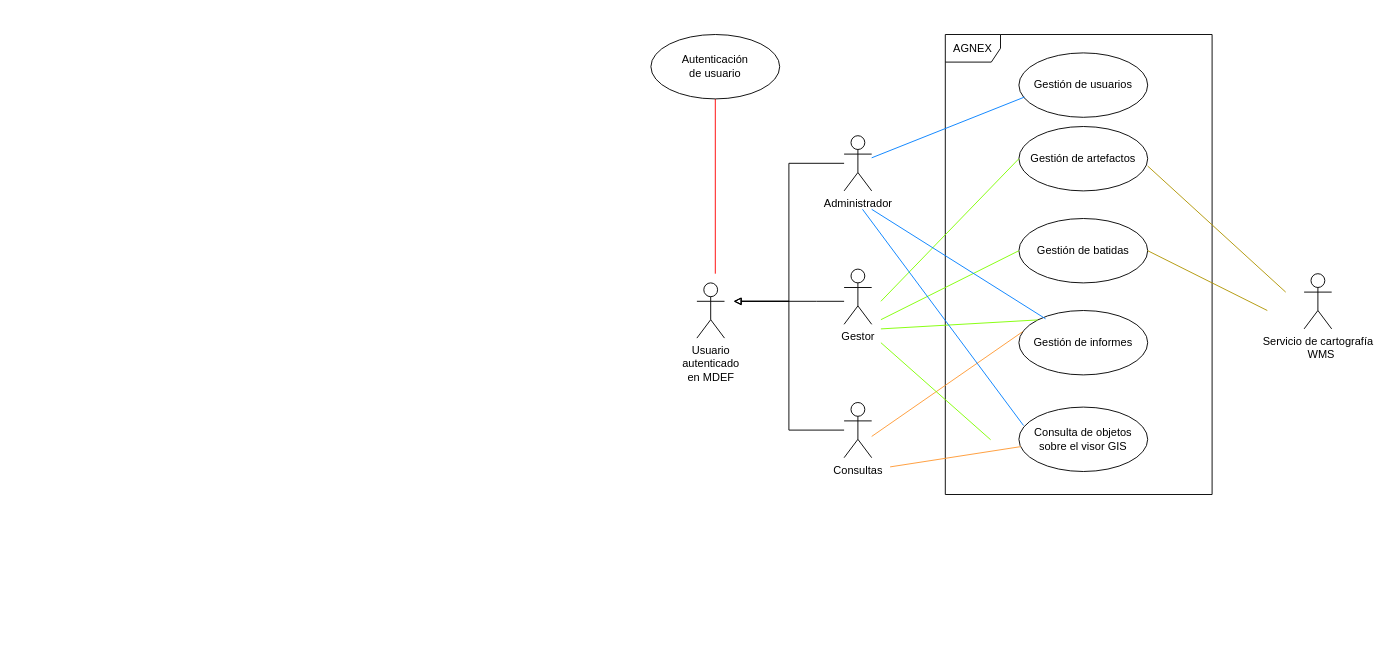
Earlier version of the draw.io diagram ERS/ModeloDeNegocio.drawio (pquella/buscaminas). Source tidied: cells renumbered, new cells numbered last; positions are measured from the earlier drawing's top-left corner, leaving out a move shared by most shapes. Both pictures are drawn from the tidied source at 92%, with x=0, y=0 at pixel (650, 34).
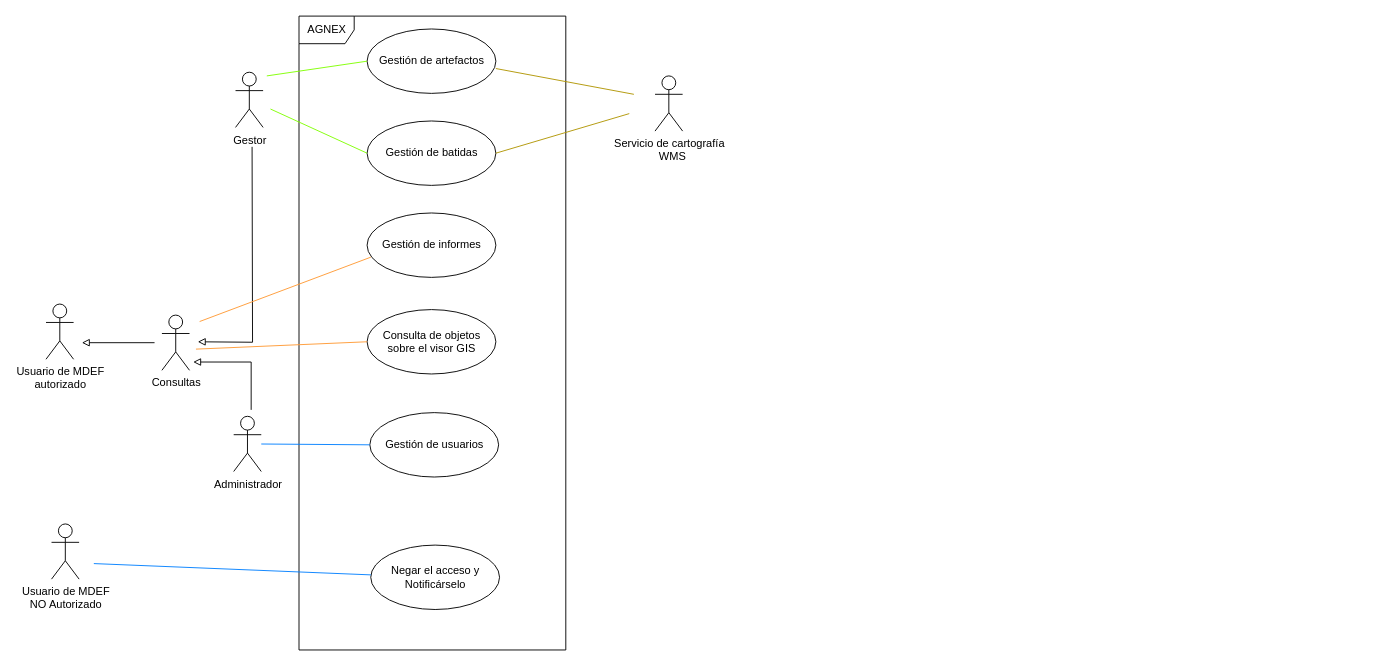
After the change.

Change to the diagram source:
```diff
@@
+    <mxCell id="29" style="group;" parent="1" vertex="1">
+      <mxGeometry x="-657.5" y="-20" width="692" height="689" as="geometry" />
+    </mxCell>
-    <mxCell id="2" style="edgeStyle=orthogonalEdgeStyle;rounded=0;orthogonalLoop=1;jettySize=auto;html=1;startArrow=block;startFill=0;endArrow=none;endFill=0;" parent="1" edge="1">
+    <mxCell id="2" style="edgeStyle=orthogonalEdgeStyle;rounded=0;orthogonalLoop=1;jettySize=auto;html=1;startArrow=block;startFill=0;endArrow=none;endFill=0;" parent="29" edge="1">
       <mxGeometry relative="1" as="geometry">
-        <mxPoint x="90" y="290" as="sourcePoint" />
-        <mxPoint x="210" y="430" as="targetPoint" />
+        <mxPoint x="160" y="376" as="sourcePoint" />
+        <mxPoint x="223" y="428" as="targetPoint" />
         <Array as="points">
-          <mxPoint x="150" y="290" />
-          <mxPoint x="150" y="430" />
+          <mxPoint x="223" y="376" />
+          <mxPoint x="223" y="428" />
         </Array>
       </mxGeometry>
     </mxCell>
-    <mxCell id="3" value="&lt;div&gt;Usuario&lt;/div&gt;&lt;div&gt;autenticado&lt;/div&gt;&lt;div&gt; en MDEF&lt;br&gt;&lt;/div&gt;" style="shape=umlActor;verticalLabelPosition=bottom;labelBackgroundColor=#ffffff;verticalAlign=top;html=1;shadow=0;" parent="1" vertex="1">
-      <mxGeometry x="50" y="270" width="30" height="60" as="geometry" />
+    <mxCell id="3" value="&lt;div&gt;Usuario de MDEF&lt;br&gt;&lt;/div&gt;&lt;div&gt;autorizado&lt;/div&gt;" style="shape=umlActor;verticalLabelPosition=bottom;labelBackgroundColor=#ffffff;verticalAlign=top;html=1;shadow=0;" parent="29" vertex="1">
+      <mxGeometry y="313" width="30" height="60" as="geometry" />
     </mxCell>
-    <mxCell id="4" style="edgeStyle=orthogonalEdgeStyle;rounded=0;jettySize=auto;html=1;startArrow=block;startFill=0;endArrow=none;endFill=0;" parent="1" edge="1" target="8">
+    <mxCell id="4" style="edgeStyle=orthogonalEdgeStyle;rounded=0;orthogonalLoop=1;jettySize=auto;html=1;startArrow=block;startFill=0;endArrow=none;endFill=0;" parent="29" edge="1">
       <mxGeometry relative="1" as="geometry">
-        <mxPoint x="90" y="290" as="sourcePoint" />
-        <Array as="points">
-          <mxPoint x="180" y="290" />
-          <mxPoint x="180" y="290" />
-        </Array>
+        <mxPoint x="39" y="355" as="sourcePoint" />
+        <mxPoint x="118" y="355" as="targetPoint" />
       </mxGeometry>
     </mxCell>
-    <mxCell id="5" style="edgeStyle=orthogonalEdgeStyle;rounded=0;jettySize=auto;html=1;startArrow=block;startFill=0;endArrow=none;endFill=0;" parent="1" edge="1" target="7">
+    <mxCell id="5" style="edgeStyle=orthogonalEdgeStyle;rounded=0;orthogonalLoop=1;jettySize=auto;html=1;startArrow=block;startFill=0;endArrow=none;endFill=0;" parent="29" edge="1">
       <mxGeometry relative="1" as="geometry">
-        <mxPoint x="90" y="290" as="sourcePoint" />
-        <Array as="points">
-          <mxPoint x="150" y="290" />
-          <mxPoint x="150" y="140" />
-        </Array>
+        <mxPoint x="165" y="354" as="sourcePoint" />
+        <mxPoint x="224" y="142" as="targetPoint" />
       </mxGeometry>
     </mxCell>
-    <mxCell id="6" value="AGNEX" style="shape=umlFrame;whiteSpace=wrap;html=1;shadow=0;" parent="1" vertex="1">
-      <mxGeometry x="320" width="290" height="500" as="geometry" />
+    <mxCell id="6" value="AGNEX" style="shape=umlFrame;whiteSpace=wrap;html=1;shadow=0;" parent="29" vertex="1">
+      <mxGeometry x="275" width="290" height="689" as="geometry" />
     </mxCell>
-    <mxCell id="7" value="Administrador" style="shape=umlActor;verticalLabelPosition=bottom;labelBackgroundColor=#ffffff;verticalAlign=top;html=1;shadow=0;" parent="1" vertex="1">
-      <mxGeometry x="210" y="110" width="30" height="60" as="geometry" />
+    <mxCell id="7" value="Administrador" style="shape=umlActor;verticalLabelPosition=bottom;labelBackgroundColor=#ffffff;verticalAlign=top;html=1;shadow=0;" parent="29" vertex="1">
+      <mxGeometry x="204" y="435" width="30" height="60" as="geometry" />
     </mxCell>
-    <mxCell id="8" value="Gestor" style="shape=umlActor;verticalLabelPosition=bottom;labelBackgroundColor=#ffffff;verticalAlign=top;html=1;shadow=0;" parent="1" vertex="1">
-      <mxGeometry x="210" y="255" width="30" height="60" as="geometry" />
-    </mxCell>
-    <mxCell id="9" value="Gestión de usuarios" style="ellipse;whiteSpace=wrap;html=1;shadow=0;" parent="1" vertex="1">
-      <mxGeometry x="400" y="20" width="140" height="70" as="geometry" />
+    <mxCell id="9" value="Gestión de usuarios" style="ellipse;whiteSpace=wrap;html=1;shadow=0;" parent="29" vertex="1">
+      <mxGeometry x="352" y="431" width="140" height="70" as="geometry" />
     </mxCell>
-    <mxCell id="10" style="rounded=0;jettySize=auto;html=1;endArrow=none;endFill=0;strokeColor=#007FFF;entryX=0.043;entryY=0.686;entryDx=0;entryDy=0;entryPerimeter=0;" parent="1" edge="1" source="7" target="9">
+    <mxCell id="10" style="rounded=0;jettySize=auto;html=1;endArrow=none;endFill=0;strokeColor=#007FFF;entryX=0;entryY=0.5;entryDx=0;entryDy=0;" parent="29" edge="1" source="7" target="9">
       <mxGeometry relative="1" as="geometry" />
     </mxCell>
-    <mxCell id="11" value="Gestión de artefactos" style="ellipse;whiteSpace=wrap;html=1;shadow=0;" parent="1" vertex="1">
-      <mxGeometry x="400" y="100" width="140" height="70" as="geometry" />
+    <mxCell id="11" value="Gestión de artefactos" style="ellipse;whiteSpace=wrap;html=1;shadow=0;" parent="29" vertex="1">
+      <mxGeometry x="349" y="14" width="140" height="70" as="geometry" />
     </mxCell>
-    <mxCell id="12" value="Gestión de batidas" style="ellipse;whiteSpace=wrap;html=1;shadow=0;" parent="1" vertex="1">
-      <mxGeometry x="400" y="200" width="140" height="70" as="geometry" />
+    <mxCell id="12" value="Gestión de batidas" style="ellipse;whiteSpace=wrap;html=1;shadow=0;" parent="29" vertex="1">
+      <mxGeometry x="349" y="114" width="140" height="70" as="geometry" />
     </mxCell>
-    <mxCell id="13" value="Gestión de informes" style="ellipse;whiteSpace=wrap;html=1;shadow=0;" parent="1" vertex="1">
-      <mxGeometry x="400" y="300" width="140" height="70" as="geometry" />
+    <mxCell id="13" value="Gestión de informes" style="ellipse;whiteSpace=wrap;html=1;shadow=0;" parent="29" vertex="1">
+      <mxGeometry x="349" y="214" width="140" height="70" as="geometry" />
     </mxCell>
-    <mxCell id="14" value="Consultas" style="shape=umlActor;verticalLabelPosition=bottom;labelBackgroundColor=#ffffff;verticalAlign=top;html=1;shadow=0;" parent="1" vertex="1">
-      <mxGeometry x="210" y="400" width="30" height="60" as="geometry" />
+    <mxCell id="14" value="Consultas" style="shape=umlActor;verticalLabelPosition=bottom;labelBackgroundColor=#ffffff;verticalAlign=top;html=1;shadow=0;" parent="29" vertex="1">
+      <mxGeometry x="126" y="325" width="30" height="60" as="geometry" />
     </mxCell>
-    <mxCell id="15" value="&lt;div&gt;Servicio de cartografía&lt;/div&gt;&lt;div&gt;&amp;nbsp; WMS&lt;br&gt;&lt;/div&gt;" style="shape=umlActor;verticalLabelPosition=bottom;labelBackgroundColor=#ffffff;verticalAlign=top;html=1;shadow=0;" parent="1" vertex="1">
-      <mxGeometry x="710" y="260" width="30" height="60" as="geometry" />
+    <mxCell id="15" value="&lt;div&gt;Servicio de cartografía&lt;/div&gt;&lt;div&gt;&amp;nbsp; WMS&lt;br&gt;&lt;/div&gt;" style="shape=umlActor;verticalLabelPosition=bottom;labelBackgroundColor=#ffffff;verticalAlign=top;html=1;shadow=0;" parent="29" vertex="1">
+      <mxGeometry x="662" y="65" width="30" height="60" as="geometry" />
     </mxCell>
-    <mxCell id="16" style="rounded=0;jettySize=auto;html=1;endArrow=none;endFill=0;strokeColor=#80FF00;entryX=0;entryY=0.5;entryDx=0;entryDy=0;" parent="1" edge="1" target="11">
+    <mxCell id="16" style="rounded=0;jettySize=auto;html=1;endArrow=none;endFill=0;strokeColor=#80FF00;entryX=0;entryY=0.5;entryDx=0;entryDy=0;" parent="29" edge="1" target="11">
       <mxGeometry relative="1" as="geometry">
-        <mxPoint x="250" y="290" as="sourcePoint" />
+        <mxPoint x="240" y="65" as="sourcePoint" />
       </mxGeometry>
     </mxCell>
-    <mxCell id="17" style="rounded=0;jettySize=auto;html=1;endArrow=none;endFill=0;strokeColor=#80FF00;entryX=0;entryY=0.5;entryDx=0;entryDy=0;" parent="1" edge="1" target="12">
+    <mxCell id="17" style="rounded=0;jettySize=auto;html=1;endArrow=none;endFill=0;strokeColor=#80FF00;entryX=0;entryY=0.5;entryDx=0;entryDy=0;" parent="29" edge="1" target="12">
       <mxGeometry relative="1" as="geometry">
-        <mxPoint x="250" y="310" as="sourcePoint" />
+        <mxPoint x="244" y="101" as="sourcePoint" />
       </mxGeometry>
     </mxCell>
-    <mxCell id="18" style="rounded=0;jettySize=auto;html=1;endArrow=none;endFill=0;strokeColor=#80FF00;entryX=0;entryY=0;entryDx=0;entryDy=0;" parent="1" edge="1" target="13">
-      <mxGeometry relative="1" as="geometry">
-        <mxPoint x="250" y="320" as="sourcePoint" />
-      </mxGeometry>
-    </mxCell>
-    <mxCell id="19" style="rounded=0;jettySize=auto;html=1;endArrow=none;endFill=0;strokeColor=#FF9933;entryX=0.029;entryY=0.329;entryDx=0;entryDy=0;entryPerimeter=0;shadow=0;" parent="1" edge="1" target="13">
+    <mxCell id="19" style="rounded=0;jettySize=auto;html=1;endArrow=none;endFill=0;strokeColor=#FF9933;entryX=0.029;entryY=0.686;entryDx=0;entryDy=0;shadow=0;entryPerimeter=0;" parent="29" edge="1" target="13">
       <mxGeometry relative="1" as="geometry">
-        <mxPoint x="240" y="436.9" as="sourcePoint" />
+        <mxPoint x="167" y="332" as="sourcePoint" />
       </mxGeometry>
     </mxCell>
-    <mxCell id="20" style="rounded=0;orthogonalLoop=1;jettySize=auto;html=1;endArrow=none;endFill=0;strokeColor=#B09500;fillColor=#e3c800;" parent="1" edge="1">
+    <mxCell id="20" style="rounded=0;orthogonalLoop=1;jettySize=auto;html=1;endArrow=none;endFill=0;strokeColor=#B09500;fillColor=#e3c800;" parent="29" edge="1">
       <mxGeometry relative="1" as="geometry">
-        <mxPoint x="690" y="280" as="sourcePoint" />
-        <mxPoint x="540" y="143" as="targetPoint" />
+        <mxPoint x="639" y="85" as="sourcePoint" />
+        <mxPoint x="489" y="57" as="targetPoint" />
       </mxGeometry>
     </mxCell>
-    <mxCell id="21" style="rounded=0;jettySize=auto;html=1;endArrow=none;endFill=0;strokeColor=#B09500;entryX=1;entryY=0.5;entryDx=0;entryDy=0;fillColor=#e3c800;" parent="1" edge="1" target="12">
+    <mxCell id="21" style="rounded=0;jettySize=auto;html=1;endArrow=none;endFill=0;strokeColor=#B09500;entryX=1;entryY=0.5;entryDx=0;entryDy=0;fillColor=#e3c800;" parent="29" edge="1" target="12">
       <mxGeometry relative="1" as="geometry">
-        <mxPoint x="670" y="300" as="sourcePoint" />
+        <mxPoint x="634" y="106" as="sourcePoint" />
       </mxGeometry>
     </mxCell>
-    <mxCell id="22" style="rounded=0;jettySize=auto;html=1;endArrow=none;endFill=0;strokeColor=#007FFF;entryX=0.207;entryY=0.129;entryDx=0;entryDy=0;entryPerimeter=0;" parent="1" edge="1" target="13">
-      <mxGeometry relative="1" as="geometry">
-        <mxPoint x="240" y="190" as="sourcePoint" />
-      </mxGeometry>
-    </mxCell>
-    <mxCell id="23" value="&lt;div&gt;Consulta de objetos&lt;/div&gt;&lt;div&gt;sobre el visor GIS&lt;br&gt;&lt;/div&gt;" style="ellipse;whiteSpace=wrap;html=1;shadow=0;" parent="1" vertex="1">
-      <mxGeometry x="400" y="405" width="140" height="70" as="geometry" />
+    <mxCell id="23" value="&lt;div&gt;Consulta de objetos&lt;/div&gt;&lt;div&gt;sobre el visor GIS&lt;br&gt;&lt;/div&gt;" style="ellipse;whiteSpace=wrap;html=1;shadow=0;" parent="29" vertex="1">
+      <mxGeometry x="349" y="319" width="140" height="70" as="geometry" />
     </mxCell>
-    <mxCell id="24" style="rounded=0;jettySize=auto;html=1;endArrow=none;endFill=0;strokeColor=#007FFF;entryX=0.036;entryY=0.286;entryDx=0;entryDy=0;entryPerimeter=0;" parent="1" edge="1" target="23">
-      <mxGeometry relative="1" as="geometry">
-        <mxPoint x="230" y="190" as="sourcePoint" />
-      </mxGeometry>
-    </mxCell>
-    <mxCell id="25" style="rounded=0;jettySize=auto;html=1;endArrow=none;endFill=0;strokeColor=#80FF00;entryX=0.17;entryY=0.881;entryDx=0;entryDy=0;entryPerimeter=0;" parent="1" edge="1" target="6">
-      <mxGeometry relative="1" as="geometry">
-        <mxPoint x="250" y="335" as="sourcePoint" />
-      </mxGeometry>
-    </mxCell>
-    <mxCell id="26" style="rounded=0;jettySize=auto;html=1;endArrow=none;endFill=0;strokeColor=#FF9933;entryX=0.014;entryY=0.614;entryDx=0;entryDy=0;entryPerimeter=0;shadow=0;startSize=10;" parent="1" edge="1" target="23">
+    <mxCell id="26" style="rounded=0;jettySize=auto;html=1;endArrow=none;endFill=0;strokeColor=#FF9933;entryX=0;entryY=0.5;entryDx=0;entryDy=0;shadow=0;startSize=10;" parent="29" edge="1" target="23">
       <mxGeometry relative="1" as="geometry">
-        <mxPoint x="260" y="470" as="sourcePoint" />
+        <mxPoint x="163" y="362" as="sourcePoint" />
       </mxGeometry>
     </mxCell>
-    <mxCell id="27" style="rounded=0;jettySize=auto;html=1;endArrow=none;endFill=0;strokeColor=#FF0000;shadow=0;entryX=0.5;entryY=1;entryDx=0;entryDy=0;" parent="1" edge="1" target="28">
-      <mxGeometry relative="1" as="geometry">
-        <mxPoint x="70" y="260" as="sourcePoint" />
-      </mxGeometry>
-    </mxCell>
-    <mxCell id="28" value="&lt;div&gt;Autenticación&lt;/div&gt;&lt;div&gt; de usuario&lt;/div&gt;" style="ellipse;whiteSpace=wrap;html=1;shadow=0;" parent="1" vertex="1">
-      <mxGeometry width="140" height="70" as="geometry" />
-    </mxCell>
+    <mxCell id="8" value="Gestor" style="shape=umlActor;verticalLabelPosition=bottom;labelBackgroundColor=#ffffff;verticalAlign=top;html=1;shadow=0;" parent="29" vertex="1">
+      <mxGeometry x="206" y="61" width="30" height="60" as="geometry" />
+    </mxCell>
+    <mxCell id="30" value="&lt;div&gt;Usuario de MDEF&lt;br&gt;&lt;/div&gt;&lt;div&gt;NO Autorizado&lt;/div&gt;" style="shape=umlActor;verticalLabelPosition=bottom;labelBackgroundColor=#ffffff;verticalAlign=top;html=1;shadow=0;" parent="29" vertex="1">
+      <mxGeometry x="6" y="552" width="30" height="60" as="geometry" />
+    </mxCell>
+    <mxCell id="31" value="&lt;div&gt;Negar el acceso y&lt;/div&gt;&lt;div&gt;Notificárselo&lt;br&gt;&lt;/div&gt;" style="ellipse;whiteSpace=wrap;html=1;shadow=0;" parent="29" vertex="1">
+      <mxGeometry x="353" y="575" width="140" height="70" as="geometry" />
+    </mxCell>
+    <mxCell id="32" style="rounded=0;jettySize=auto;html=1;endArrow=none;endFill=0;strokeColor=#007FFF;" parent="29" edge="1" target="31">
+      <mxGeometry relative="1" as="geometry">
+        <mxPoint x="52" y="595.1" as="sourcePoint" />
+      </mxGeometry>
+    </mxCell>
```
